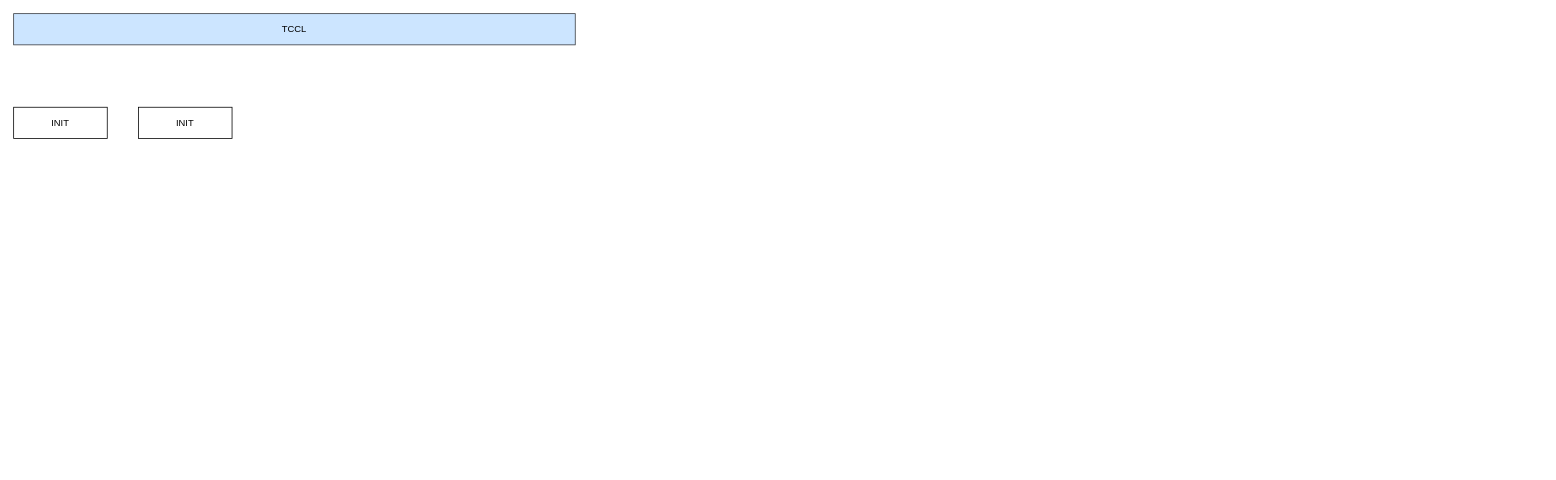
This is tccl_structure.drawio from BEYHHH/SBLP, a draw.io file, before an edit. Source tidied: cells renumbered, new cells numbered last; positions are measured from the earlier drawing's top-left corner, leaving out a move shared by most shapes. Both pictures are drawn from the tidied source at 78%, with x=0, y=0 at pixel (13, 13).
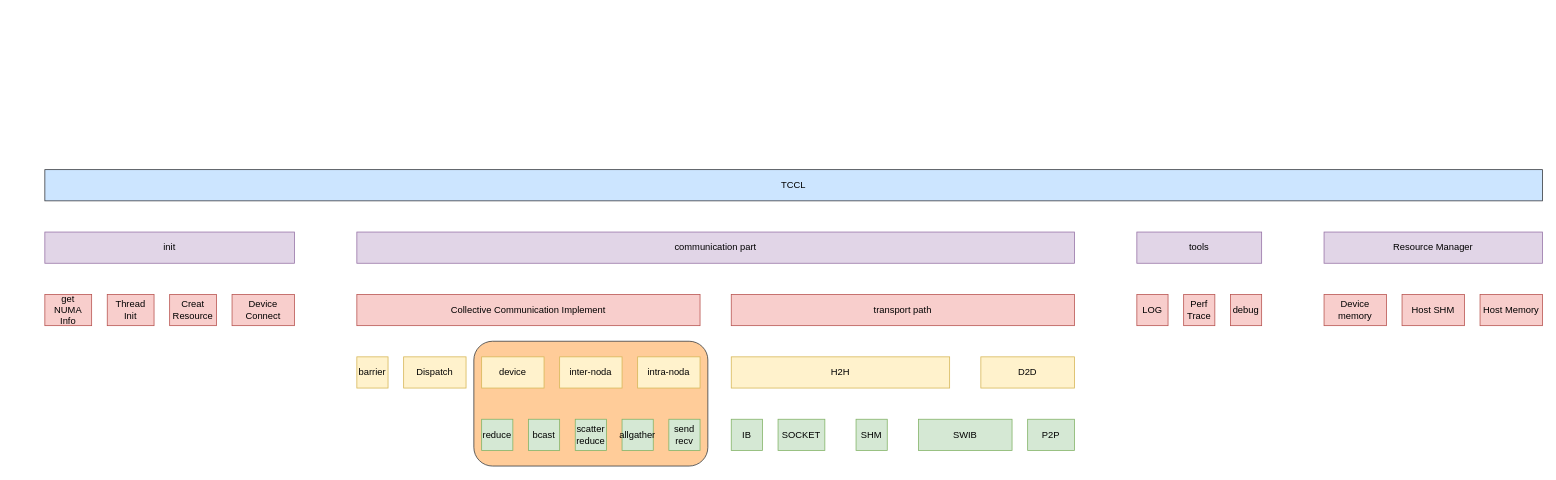
After the change.

The edit, as a diff of the source:
```diff
@@
+    <mxCell id="5" style="rounded=1;whiteSpace=wrap;html=1;fillColor=#ffcc99;strokeColor=#36393d;" parent="1" vertex="1">
+      <mxGeometry x="590" y="420" width="300" height="160" as="geometry" />
+    </mxCell>
     <mxCell id="2" value="TCCL" style="rounded=0;whiteSpace=wrap;html=1;fillColor=#cce5ff;strokeColor=#36393d;" parent="1" vertex="1">
-      <mxGeometry width="720" height="40" as="geometry" />
+      <mxGeometry x="40" y="200" width="1920" height="40" as="geometry" />
     </mxCell>
-    <mxCell id="3" value="INIT" style="rounded=0;whiteSpace=wrap;html=1;" parent="1" vertex="1">
-      <mxGeometry y="120" width="120" height="40" as="geometry" />
+    <mxCell id="3" value="init" style="rounded=0;whiteSpace=wrap;html=1;fillColor=#e1d5e7;strokeColor=#9673a6;" parent="1" vertex="1">
+      <mxGeometry x="40" y="280" width="320" height="40" as="geometry" />
     </mxCell>
-    <mxCell id="4" value="INIT" style="rounded=0;whiteSpace=wrap;html=1;" parent="1" vertex="1">
-      <mxGeometry x="160" y="120" width="120" height="40" as="geometry" />
+    <mxCell id="4" value="tools" style="rounded=0;whiteSpace=wrap;html=1;fillColor=#e1d5e7;strokeColor=#9673a6;" parent="1" vertex="1">
+      <mxGeometry x="1440" y="280" width="160" height="40" as="geometry" />
     </mxCell>
+    <mxCell id="6" value="communication part" style="rounded=0;whiteSpace=wrap;html=1;fillColor=#e1d5e7;strokeColor=#9673a6;" parent="1" vertex="1">
+      <mxGeometry x="440" y="280" width="920" height="40" as="geometry" />
+    </mxCell>
+    <mxCell id="7" value="LOG" style="rounded=0;whiteSpace=wrap;html=1;fillColor=#f8cecc;strokeColor=#b85450;" parent="1" vertex="1">
+      <mxGeometry x="1440" y="360" width="40" height="40" as="geometry" />
+    </mxCell>
+    <mxCell id="8" value="Perf Trace" style="rounded=0;whiteSpace=wrap;html=1;fillColor=#f8cecc;strokeColor=#b85450;" parent="1" vertex="1">
+      <mxGeometry x="1500" y="360" width="40" height="40" as="geometry" />
+    </mxCell>
+    <mxCell id="9" value="transport path" style="rounded=0;whiteSpace=wrap;html=1;fillColor=#f8cecc;strokeColor=#b85450;" parent="1" vertex="1">
+      <mxGeometry x="920" y="360" width="440" height="40" as="geometry" />
+    </mxCell>
+    <mxCell id="10" value="Thread&lt;br&gt;Init" style="rounded=0;whiteSpace=wrap;html=1;fillColor=#f8cecc;strokeColor=#b85450;" parent="1" vertex="1">
+      <mxGeometry x="120" y="360" width="60" height="40" as="geometry" />
+    </mxCell>
+    <mxCell id="11" value="Dispatch" style="rounded=0;whiteSpace=wrap;html=1;fillColor=#fff2cc;strokeColor=#d6b656;" parent="1" vertex="1">
+      <mxGeometry x="500" y="440" width="80" height="40" as="geometry" />
+    </mxCell>
+    <mxCell id="12" value="device" style="rounded=0;whiteSpace=wrap;html=1;fillColor=#fff2cc;strokeColor=#d6b656;" parent="1" vertex="1">
+      <mxGeometry x="600" y="440" width="80" height="40" as="geometry" />
+    </mxCell>
+    <mxCell id="13" value="intra-noda" style="rounded=0;whiteSpace=wrap;html=1;fillColor=#fff2cc;strokeColor=#d6b656;" parent="1" vertex="1">
+      <mxGeometry x="800" y="440" width="80" height="40" as="geometry" />
+    </mxCell>
+    <mxCell id="14" value="Collective Communication Implement" style="rounded=0;whiteSpace=wrap;html=1;fillColor=#f8cecc;strokeColor=#b85450;" parent="1" vertex="1">
+      <mxGeometry x="440" y="360" width="440" height="40" as="geometry" />
+    </mxCell>
+    <mxCell id="15" value="H2H" style="rounded=0;whiteSpace=wrap;html=1;fillColor=#fff2cc;strokeColor=#d6b656;" parent="1" vertex="1">
+      <mxGeometry x="920" y="440" width="280" height="40" as="geometry" />
+    </mxCell>
+    <mxCell id="16" value="D2D" style="rounded=0;whiteSpace=wrap;html=1;fillColor=#fff2cc;strokeColor=#d6b656;" parent="1" vertex="1">
+      <mxGeometry x="1240" y="440" width="120" height="40" as="geometry" />
+    </mxCell>
+    <mxCell id="17" value="IB" style="rounded=0;whiteSpace=wrap;html=1;fillColor=#d5e8d4;strokeColor=#82b366;" parent="1" vertex="1">
+      <mxGeometry x="920" y="520" width="40" height="40" as="geometry" />
+    </mxCell>
+    <mxCell id="18" value="SOCKET" style="rounded=0;whiteSpace=wrap;html=1;fillColor=#d5e8d4;strokeColor=#82b366;" parent="1" vertex="1">
+      <mxGeometry x="980" y="520" width="60" height="40" as="geometry" />
+    </mxCell>
+    <mxCell id="19" value="SWIB" style="rounded=0;whiteSpace=wrap;html=1;fillColor=#d5e8d4;strokeColor=#82b366;" parent="1" vertex="1">
+      <mxGeometry x="1160" y="520" width="120" height="40" as="geometry" />
+    </mxCell>
+    <mxCell id="20" value="P2P" style="rounded=0;whiteSpace=wrap;html=1;fillColor=#d5e8d4;strokeColor=#82b366;" parent="1" vertex="1">
+      <mxGeometry x="1300" y="520" width="60" height="40" as="geometry" />
+    </mxCell>
+    <mxCell id="21" value="SHM" style="rounded=0;whiteSpace=wrap;html=1;fillColor=#d5e8d4;strokeColor=#82b366;" parent="1" vertex="1">
+      <mxGeometry x="1080" y="520" width="40" height="40" as="geometry" />
+    </mxCell>
+    <mxCell id="22" value="inter-noda" style="rounded=0;whiteSpace=wrap;html=1;fillColor=#fff2cc;strokeColor=#d6b656;" parent="1" vertex="1">
+      <mxGeometry x="700" y="440" width="80" height="40" as="geometry" />
+    </mxCell>
+    <mxCell id="23" value="Resource Manager" style="rounded=0;whiteSpace=wrap;html=1;fillColor=#e1d5e7;strokeColor=#9673a6;" parent="1" vertex="1">
+      <mxGeometry x="1680" y="280" width="280" height="40" as="geometry" />
+    </mxCell>
+    <mxCell id="24" value="Device memory" style="rounded=0;whiteSpace=wrap;html=1;fillColor=#f8cecc;strokeColor=#b85450;" parent="1" vertex="1">
+      <mxGeometry x="1680" y="360" width="80" height="40" as="geometry" />
+    </mxCell>
+    <mxCell id="25" value="Host SHM" style="rounded=0;whiteSpace=wrap;html=1;fillColor=#f8cecc;strokeColor=#b85450;" parent="1" vertex="1">
+      <mxGeometry x="1780" y="360" width="80" height="40" as="geometry" />
+    </mxCell>
+    <mxCell id="26" value="Host Memory" style="rounded=0;whiteSpace=wrap;html=1;fillColor=#f8cecc;strokeColor=#b85450;" parent="1" vertex="1">
+      <mxGeometry x="1880" y="360" width="80" height="40" as="geometry" />
+    </mxCell>
+    <mxCell id="27" value="Device Connect" style="rounded=0;whiteSpace=wrap;html=1;fillColor=#f8cecc;strokeColor=#b85450;" parent="1" vertex="1">
+      <mxGeometry x="280" y="360" width="80" height="40" as="geometry" />
+    </mxCell>
+    <mxCell id="28" value="Creat&lt;br&gt;Resource" style="rounded=0;whiteSpace=wrap;html=1;fillColor=#f8cecc;strokeColor=#b85450;" parent="1" vertex="1">
+      <mxGeometry x="200" y="360" width="60" height="40" as="geometry" />
+    </mxCell>
+    <mxCell id="29" value="get&lt;br&gt;NUMA Info" style="rounded=0;whiteSpace=wrap;html=1;fillColor=#f8cecc;strokeColor=#b85450;" parent="1" vertex="1">
+      <mxGeometry x="40" y="360" width="60" height="40" as="geometry" />
+    </mxCell>
+    <mxCell id="30" value="debug" style="rounded=0;whiteSpace=wrap;html=1;fillColor=#f8cecc;strokeColor=#b85450;" parent="1" vertex="1">
+      <mxGeometry x="1560" y="360" width="40" height="40" as="geometry" />
+    </mxCell>
+    <mxCell id="31" value="reduce" style="rounded=0;whiteSpace=wrap;html=1;fillColor=#d5e8d4;strokeColor=#82b366;" parent="1" vertex="1">
+      <mxGeometry x="600" y="520" width="40" height="40" as="geometry" />
+    </mxCell>
+    <mxCell id="32" value="bcast" style="rounded=0;whiteSpace=wrap;html=1;fillColor=#d5e8d4;strokeColor=#82b366;" parent="1" vertex="1">
+      <mxGeometry x="660" y="520" width="40" height="40" as="geometry" />
+    </mxCell>
+    <mxCell id="33" value="scatter&lt;br&gt;reduce" style="rounded=0;whiteSpace=wrap;html=1;fillColor=#d5e8d4;strokeColor=#82b366;" parent="1" vertex="1">
+      <mxGeometry x="720" y="520" width="40" height="40" as="geometry" />
+    </mxCell>
+    <mxCell id="34" value="allgather" style="rounded=0;whiteSpace=wrap;html=1;fillColor=#d5e8d4;strokeColor=#82b366;" parent="1" vertex="1">
+      <mxGeometry x="780" y="520" width="40" height="40" as="geometry" />
+    </mxCell>
+    <mxCell id="35" value="send&lt;br&gt;recv" style="rounded=0;whiteSpace=wrap;html=1;fillColor=#d5e8d4;strokeColor=#82b366;" parent="1" vertex="1">
+      <mxGeometry x="840" y="520" width="40" height="40" as="geometry" />
+    </mxCell>
+    <mxCell id="36" value="barrier" style="rounded=0;whiteSpace=wrap;html=1;fillColor=#fff2cc;strokeColor=#d6b656;" parent="1" vertex="1">
+      <mxGeometry x="440" y="440" width="40" height="40" as="geometry" />
+    </mxCell>
```
